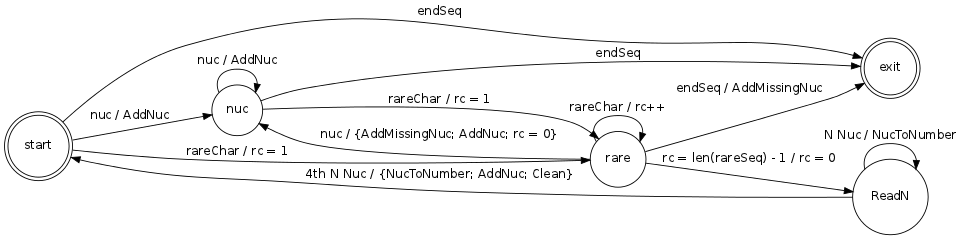
The Graphviz diagram doc/decompressing_fsm.png in lboquillon/nuca, before a commit. Its source is kept beside it as doc/decompressing_fsm.dot.
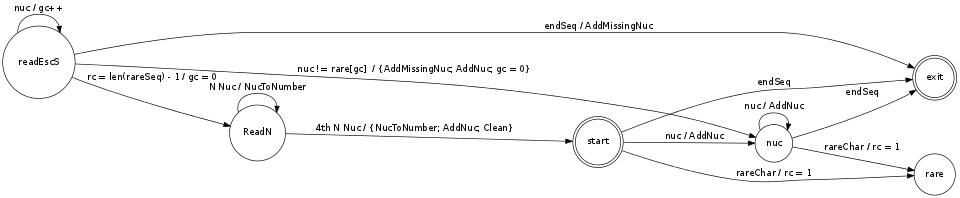
After the change.

The edit, as a diff of the source:
```diff
@@ -3,17 +3,16 @@
 	size = "10";
 	node [shape = doublecircle] start exit;
 	node [shape = circle];
-
 	start -> nuc [label = "nuc / AddNuc"];
 	start -> rare [label = "rareChar / rc = 1"];
 	start -> exit [label = "endSeq"];
 	nuc -> nuc [label = "nuc / AddNuc"];
 	nuc -> rare [label = "rareChar / rc = 1"];
 	nuc -> exit [label = "endSeq"];
-	rare -> exit [label = "endSeq / AddMissingNuc"];
-	rare -> nuc [label = "nuc / {AddMissingNuc; AddNuc; rc = 0}"];
-	rare -> rare [label = "rareChar / rc++"];
-	rare -> ReadN [label = "rc = len(rareSeq) - 1 / rc = 0"];
+	readEscS -> exit [label = "endSeq / AddMissingNuc"];
+	readEscS -> nuc [label = "nuc != rare[gc]  / {AddMissingNuc; AddNuc; gc = 0}"];
+	readEscS -> readEscS [label = "nuc / gc++"];
+	readEscS -> ReadN [label = "rc = len(rareSeq) - 1 / gc = 0"];
 	ReadN -> ReadN [label = "N Nuc / NucToNumber"];
 	ReadN -> start [label = "4th N Nuc / {NucToNumber; AddNuc; Clean}"];
 }
```
